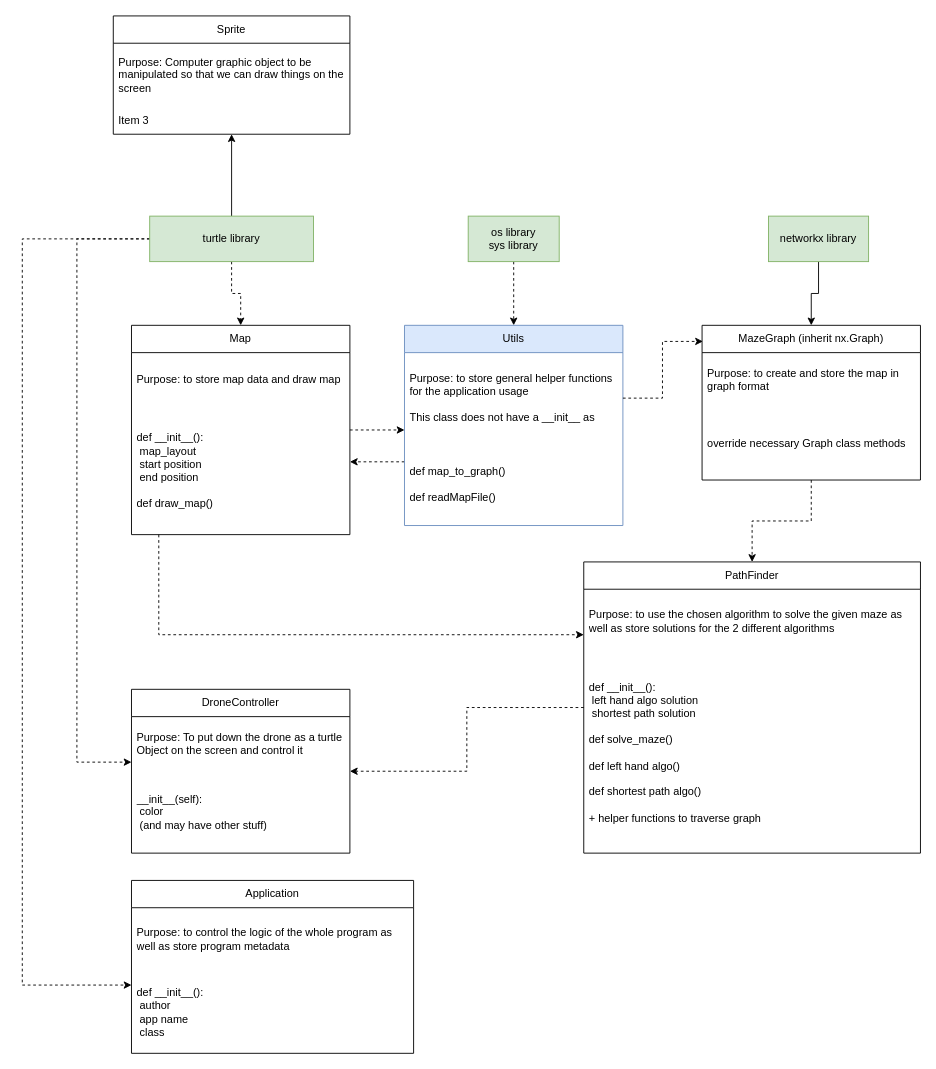
Before: page "Class Design" (1 of 3) of diagrams/program_diagrams.drawio in junnjiee16/ST1507-DSAA-Maze-Solver, a draw.io diagram. Source tidied: cells renumbered, new cells numbered last; positions are measured from the earlier drawing's top-left corner, leaving out a move shared by most shapes. Both pictures are drawn from the tidied source at 91%, with x=0, y=0 at pixel (22, 15).
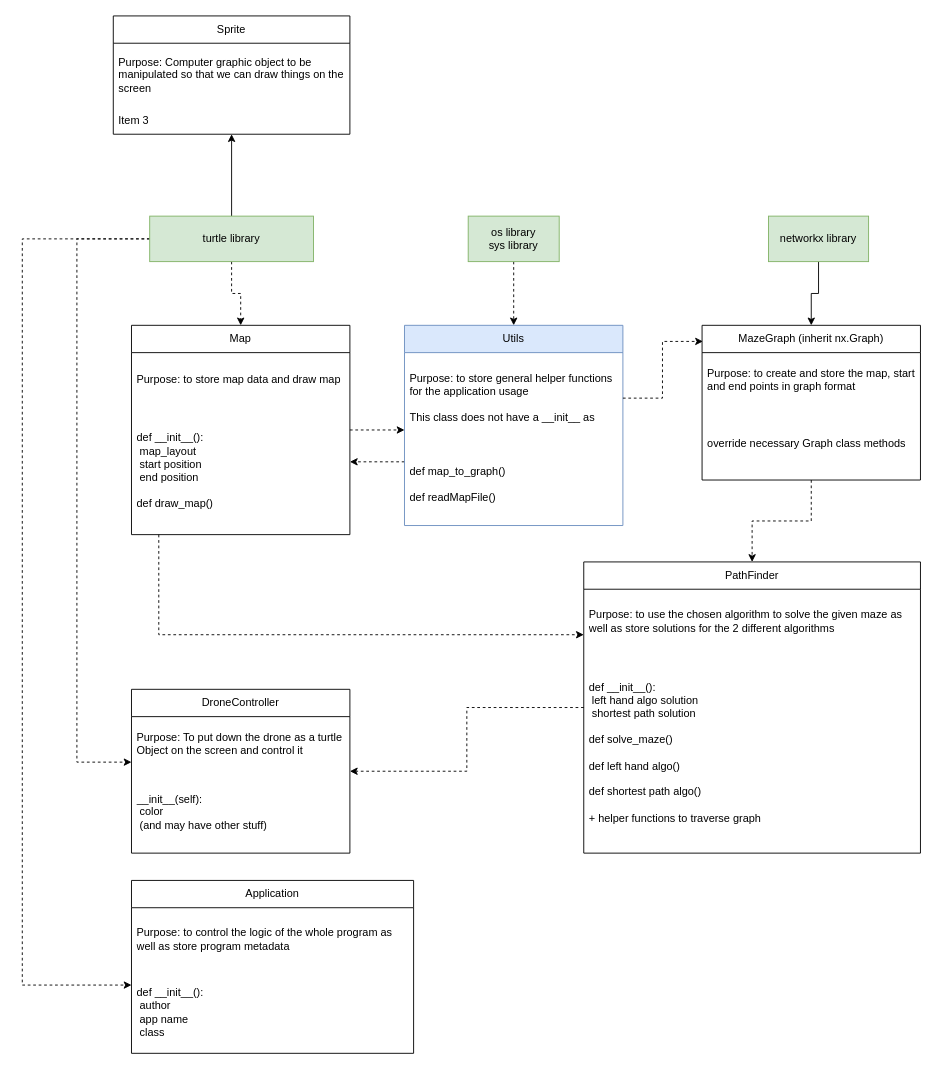
The same diagram, later.

Unchanged cells that the change refers to:
```xml
<mxCell id="25" value="MazeGraph (inherit nx.Graph)" style="swimlane;fontStyle=0;horizontal=1;startSize=30;whiteSpace=wrap;html=1;" parent="1" vertex="1">
  <mxGeometry x="747" y="340" width="240" height="170" as="geometry" />
</mxCell>
```

Diff of the diagram source:
```diff
@@
-    <mxCell id="26" value="Purpose: to create and store the map in graph format" style="text;strokeColor=none;fillColor=none;align=left;verticalAlign=middle;spacingLeft=4;spacingRight=4;overflow=hidden;whiteSpace=wrap;html=1;" parent="25" vertex="1">
+    <mxCell id="26" value="Purpose: to create and store the map, start and end points in graph format&lt;br&gt;" style="text;strokeColor=none;fillColor=none;align=left;verticalAlign=middle;spacingLeft=4;spacingRight=4;overflow=hidden;whiteSpace=wrap;html=1;" parent="25" vertex="1">
       <mxGeometry y="30" width="240" height="60" as="geometry" />
     </mxCell>
```
